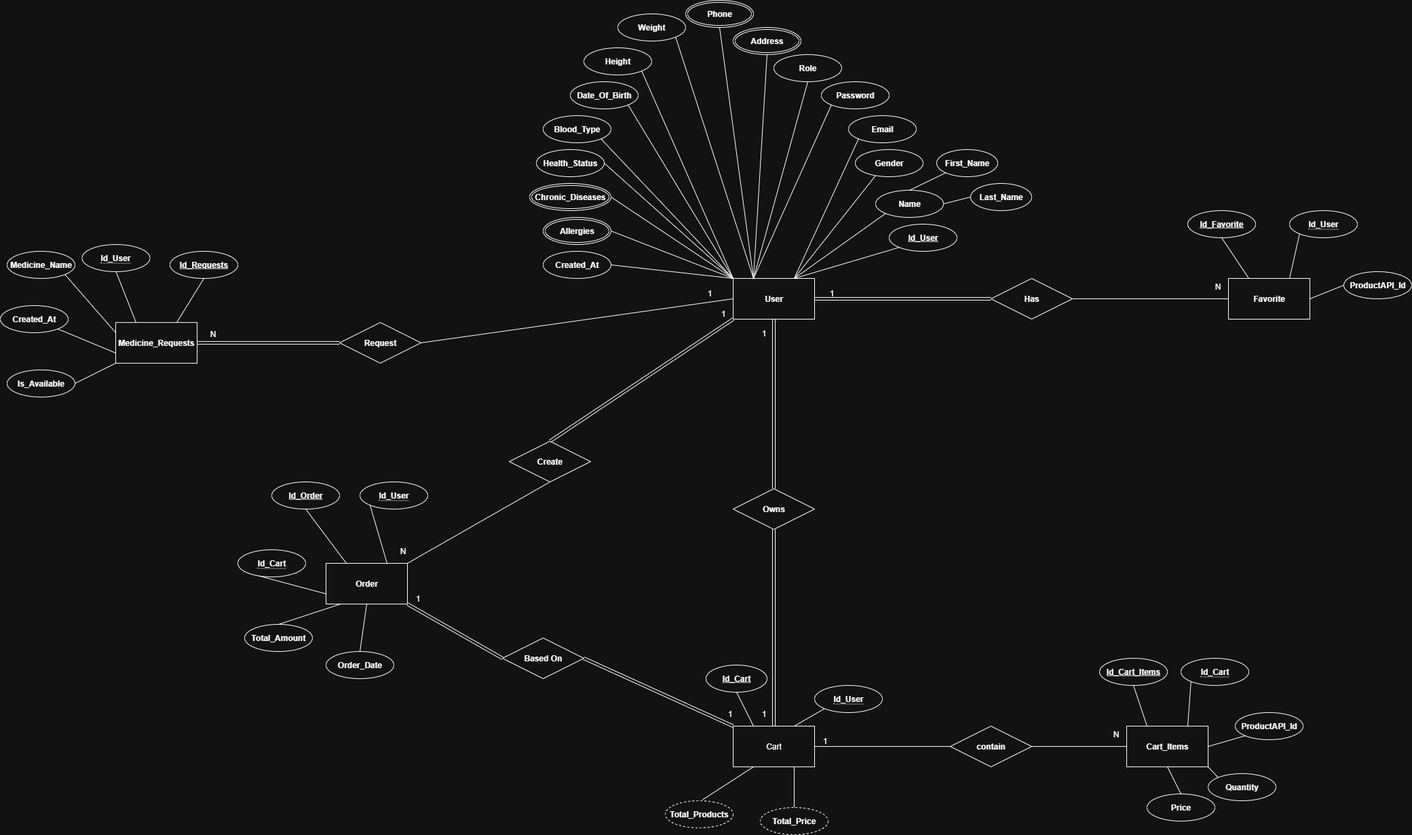
Earlier version of the draw.io export Web Site Project/ERD and Schema/ERD/ERD.drawio.drawio.png (Amir-Adel-1/Graduation-Project). Source tidied: cells renumbered, new cells last; positions are measured from the earlier drawing's top-left corner, leaving out a move shared by most shapes.
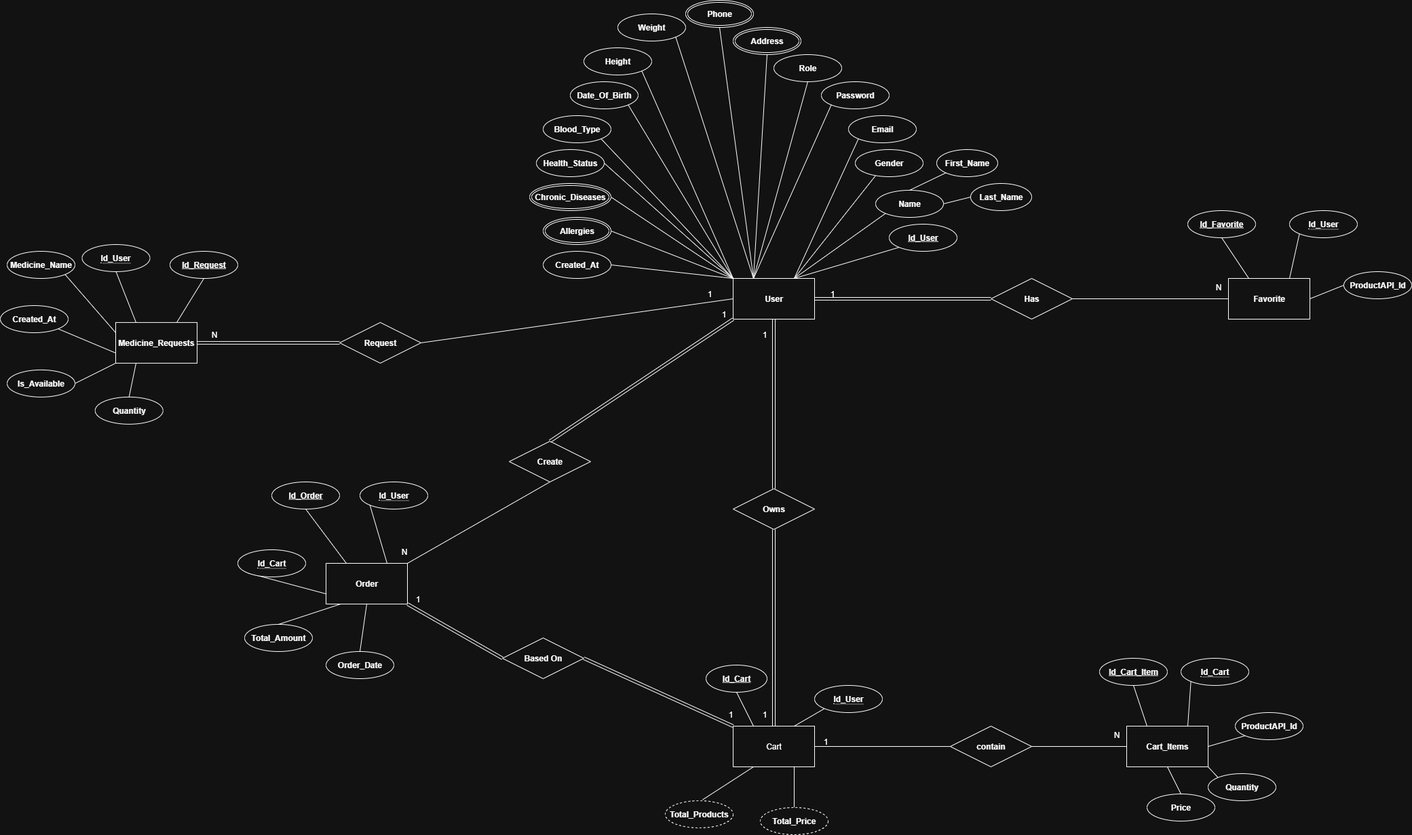
Above is the later version.

Change to the diagram source:
```diff
@@ -90,7 +90,7 @@
     <mxCell id="29" value="&lt;b&gt;Cart_Items&lt;/b&gt;" style="rounded=0;whiteSpace=wrap;html=1;labelBackgroundColor=none;" parent="1" vertex="1">
       <mxGeometry x="1660" y="1070" width="120" height="60" as="geometry" />
     </mxCell>
-    <mxCell id="30" value="&lt;b&gt;Id_Cart_Items&lt;/b&gt;" style="ellipse;whiteSpace=wrap;html=1;align=center;fontStyle=4;labelBackgroundColor=none;rounded=0;" parent="1" vertex="1">
+    <mxCell id="30" value="&lt;b&gt;Id_Cart_Item&lt;/b&gt;" style="ellipse;whiteSpace=wrap;html=1;align=center;fontStyle=4;labelBackgroundColor=none;rounded=0;" parent="1" vertex="1">
       <mxGeometry x="1620" y="970" width="100" height="40" as="geometry" />
     </mxCell>
     <mxCell id="31" value="&lt;span style=&quot;border-bottom: 1px dotted&quot;&gt;&lt;b&gt;Id_Cart&lt;/b&gt;&lt;/span&gt;" style="ellipse;whiteSpace=wrap;html=1;align=center;labelBackgroundColor=none;rounded=0;" parent="1" vertex="1">
@@ -279,7 +279,7 @@
     <mxCell id="86" style="html=1;whiteSpace=wrap;align=right;verticalAlign=bottom;labelBackgroundColor=none;rounded=0;" parent="1" vertex="1">
       <mxGeometry x="239.7" y="544.9" as="geometry" />
     </mxCell>
-    <mxCell id="87" value="&lt;b&gt;Id_Requests&lt;/b&gt;" style="ellipse;whiteSpace=wrap;html=1;align=center;fontStyle=4;labelBackgroundColor=none;rounded=0;" parent="1" vertex="1">
+    <mxCell id="87" value="&lt;b&gt;Id_Request&lt;/b&gt;" style="ellipse;whiteSpace=wrap;html=1;align=center;fontStyle=4;labelBackgroundColor=none;rounded=0;" parent="1" vertex="1">
       <mxGeometry x="250" y="370" width="100" height="40" as="geometry" />
     </mxCell>
     <mxCell id="88" value="&lt;span style=&quot;border-bottom: 1px dotted&quot;&gt;&lt;b&gt;Id_User&lt;/b&gt;&lt;/span&gt;" style="ellipse;whiteSpace=wrap;html=1;align=center;labelBackgroundColor=none;rounded=0;" parent="1" vertex="1">
@@ -382,5 +382,11 @@
     <mxCell id="119" value="&lt;b&gt;Allergies&lt;/b&gt;" style="ellipse;shape=doubleEllipse;margin=3;whiteSpace=wrap;html=1;align=center;labelBackgroundColor=none;" parent="1" vertex="1">
       <mxGeometry x="800" y="320" width="100" height="40" as="geometry" />
     </mxCell>
+    <mxCell id="120" value="&lt;b&gt;Quantity&lt;/b&gt;" style="ellipse;whiteSpace=wrap;html=1;align=center;labelBackgroundColor=none;rounded=0;" parent="1" vertex="1">
+      <mxGeometry x="139.7" y="584.9" width="100" height="40" as="geometry" />
+    </mxCell>
+    <mxCell id="121" style="endArrow=none;html=1;rounded=0;exitX=0.5;exitY=0;exitDx=0;exitDy=0;entryX=0.25;entryY=1;entryDx=0;entryDy=0;" parent="1" edge="1" source="120" target="79">
+      <mxGeometry relative="1" as="geometry" />
+    </mxCell>
   </root>
 </mxGraphModel>
```
